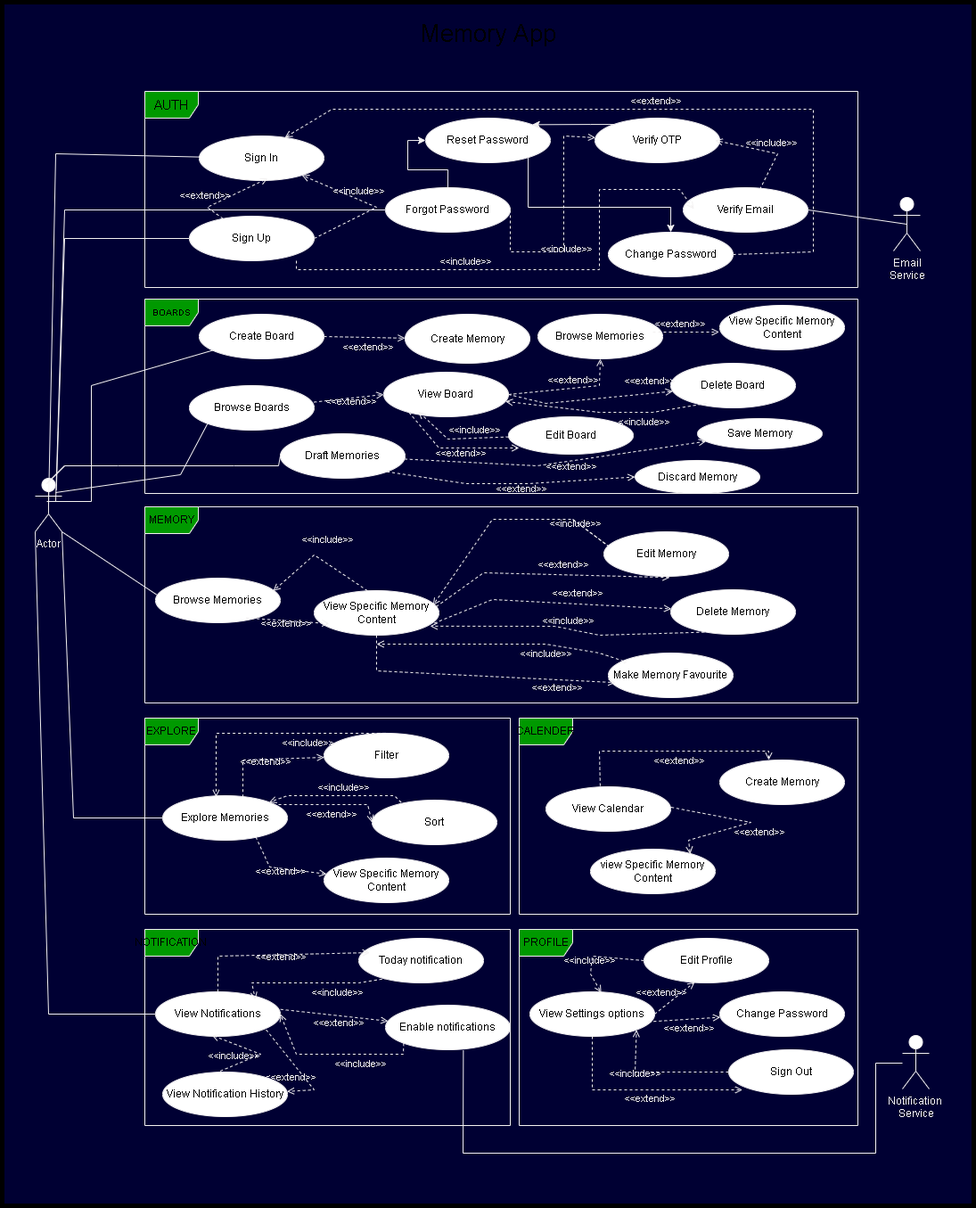
This is diagrams/use-case-diagram.png from SanaShahSyeda/System-Database-Design--Memory-App, a draw.io export, as it was before one commit. Source tidied: cells renumbered, new cells last; positions are measured from the earlier drawing's top-left corner, leaving out a move shared by most shapes.
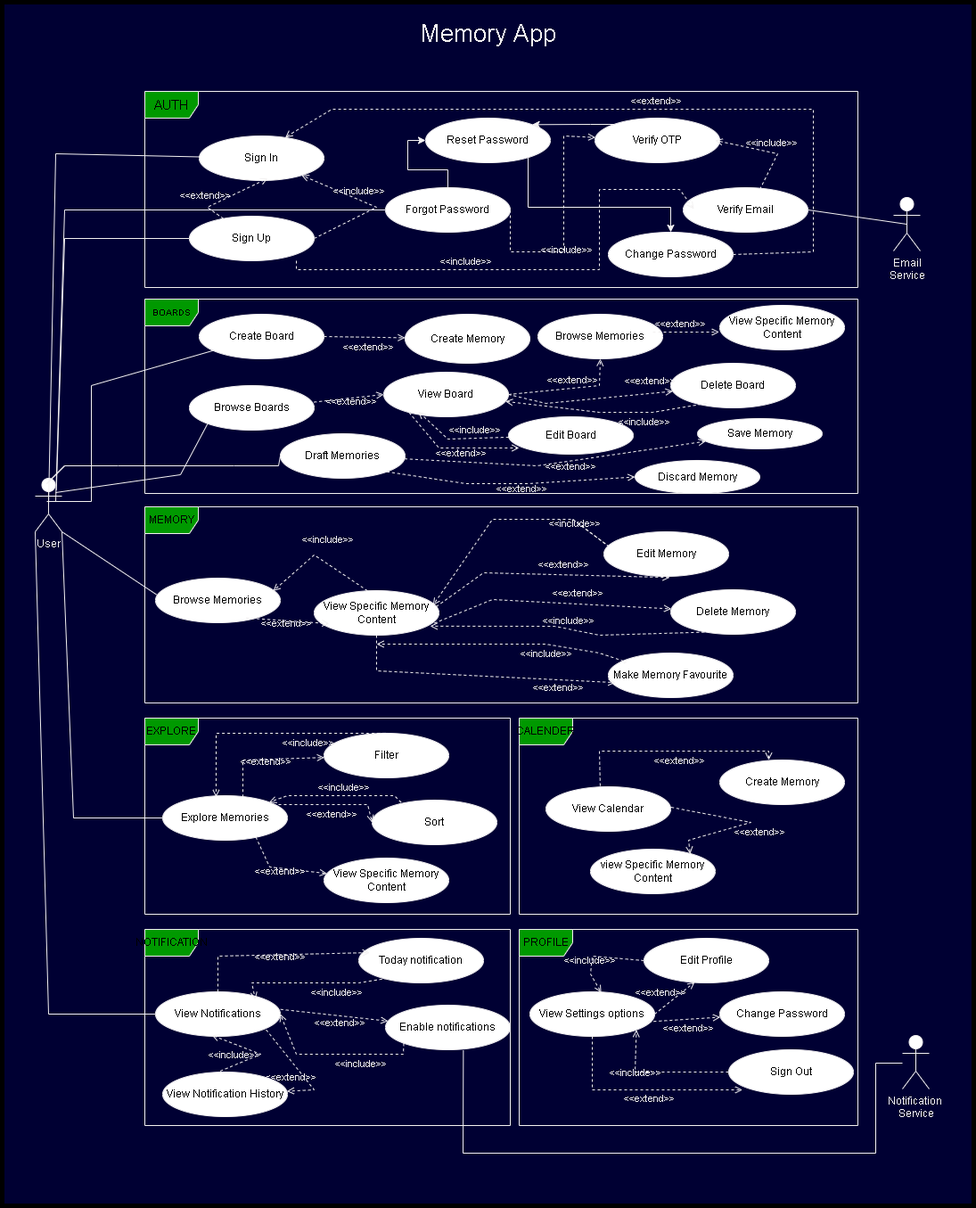
Above is the later version.

Commit message:
updated use-case diagram (styling and typo)

Change to the diagram source:
```diff
@@ -14,7 +14,7 @@
     <mxCell id="3" style="rounded=0;whiteSpace=wrap;html=1;gradientColor=light-dark(#000033,#000033);gradientDirection=east;fillColor=light-dark(#000033,#000033);strokeWidth=5;" parent="1" vertex="1">
       <mxGeometry width="1090" height="1350" as="geometry" />
     </mxCell>
-    <mxCell id="4" value="&lt;font style=&quot;font-size: 27px;&quot;&gt;Memory App&lt;/font&gt;" style="text;html=1;align=center;verticalAlign=middle;whiteSpace=wrap;rounded=0;" parent="1" vertex="1">
+    <mxCell id="4" value="&lt;font style=&quot;font-size: 27px; color: light-dark(rgb(243, 241, 241), rgb(243, 241, 241));&quot;&gt;Memory App&lt;/font&gt;" style="text;html=1;align=center;verticalAlign=middle;whiteSpace=wrap;rounded=0;" parent="1" vertex="1">
       <mxGeometry x="425" y="20" width="240" height="30" as="geometry" />
     </mxCell>
     <mxCell id="5" value="&lt;font style=&quot;font-size: 15px;&quot;&gt;AUTH&lt;/font&gt;" style="shape=umlFrame;whiteSpace=wrap;html=1;fillColor=light-dark(#009900,#009900);strokeColor=light-dark(#F3F1F1,#F3F1F1);" parent="1" vertex="1">
@@ -45,7 +45,7 @@
     <mxCell id="12" value="Change Password" style="ellipse;whiteSpace=wrap;html=1;strokeColor=light-dark(#F3F1F1,#F3F1F1);" parent="1" vertex="1">
       <mxGeometry x="680" y="258" width="140" height="50" as="geometry" />
     </mxCell>
-    <mxCell id="13" value="&lt;font style=&quot;color: light-dark(rgb(243, 241, 241), rgb(243, 241, 241));&quot;&gt;Actor&lt;/font&gt;" style="shape=umlActor;verticalLabelPosition=bottom;verticalAlign=top;html=1;strokeColor=light-dark(#F3F1F1,#F3F1F1);" parent="1" vertex="1">
+    <mxCell id="13" value="&lt;font style=&quot;color: light-dark(rgb(243, 241, 241), rgb(243, 241, 241));&quot;&gt;User&lt;/font&gt;" style="shape=umlActor;verticalLabelPosition=bottom;verticalAlign=top;html=1;strokeColor=light-dark(#F3F1F1,#F3F1F1);" parent="1" vertex="1">
       <mxGeometry x="37" y="534" width="30" height="60" as="geometry" />
     </mxCell>
     <mxCell id="14" style="endArrow=none;html=1;rounded=0;exitX=0.5;exitY=0.5;exitDx=0;exitDy=0;exitPerimeter=0;strokeColor=light-dark(#F3F1F1,#F3F1F1);" parent="1" edge="1" source="13" target="6">
```
